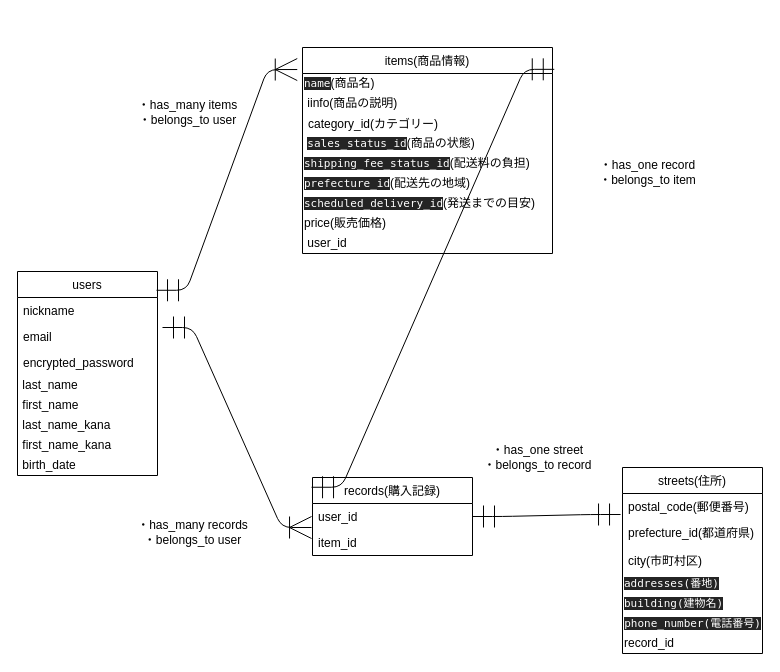
The draw.io diagram Draw.drawio in daikichi86/furima-28196, before the edit. Source tidied: cells renumbered, new cells numbered last; positions are measured from the earlier drawing's top-left corner, leaving out a move shared by most shapes. Both pictures are drawn from the tidied source at 100%, with x=0, y=0 at pixel (17, 47).
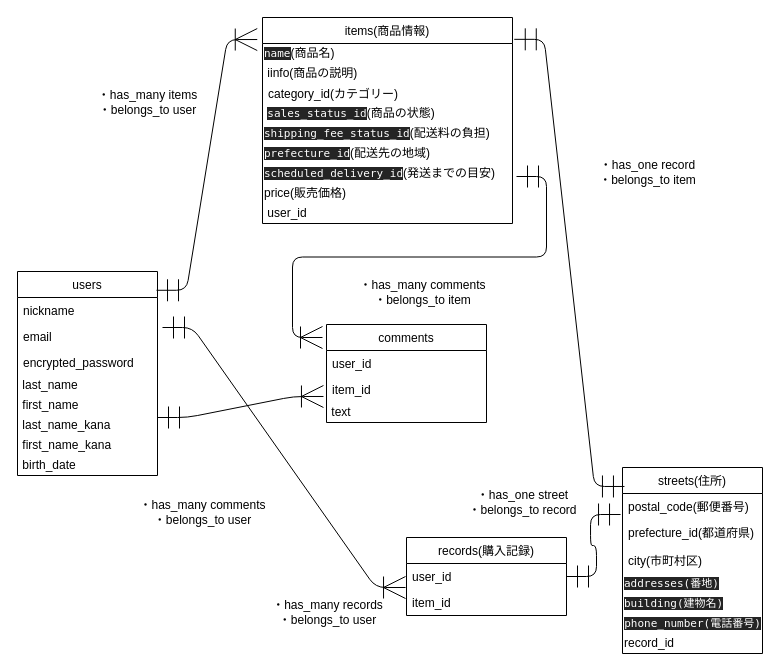
Above is the later version.

Unchanged cells that the change refers to:
```xml
<mxCell id="14" value="&lt;span style=&quot;color: rgb(255 , 255 , 255) ; font-family: &amp;#34;menlo&amp;#34; , monospace ; font-size: 11px ; background-color: rgb(36 , 36 , 36)&quot;&gt;scheduled_delivery_id&lt;/span&gt;(発送までの目安)" style="text;html=1;align=left;verticalAlign=middle;points=[];" parent="7" vertex="1">
  <mxGeometry y="146" width="250" height="20" as="geometry" />
</mxCell>
<mxCell id="32" value="streets(住所)" style="swimlane;fontStyle=0;horizontal=1;startSize=26;fillColor=none;" parent="1" vertex="1">
  <mxGeometry x="605" y="420" width="140" height="186" as="geometry" />
</mxCell>
```

Change to the diagram source:
```diff
@@
-    <mxCell id="3" style="edgeStyle=entityRelationEdgeStyle;fontSize=12;html=1;endArrow=ERmandOne;startArrow=ERmandOne;exitX=1.007;exitY=0.106;exitDx=0;exitDy=0;exitPerimeter=0;entryX=-0.006;entryY=0.125;entryDx=0;entryDy=0;entryPerimeter=0;endSize=20;startSize=20;" parent="1" edge="1" source="7" target="28">
+    <mxCell id="3" style="edgeStyle=entityRelationEdgeStyle;fontSize=12;html=1;endArrow=ERmandOne;startArrow=ERmandOne;exitX=1.007;exitY=0.106;exitDx=0;exitDy=0;exitPerimeter=0;endSize=20;startSize=20;entryX=0.014;entryY=0.102;entryDx=0;entryDy=0;entryPerimeter=0;" parent="1" edge="1" source="7" target="32">
       <mxGeometry relative="1" as="geometry" />
     </mxCell>
     <mxCell id="4" value="・has_many items&lt;br&gt;・belongs_to user" style="text;html=1;align=center;verticalAlign=middle;" parent="1" vertex="1">
-      <mxGeometry x="115" y="50" width="110" height="30" as="geometry" />
+      <mxGeometry x="75" y="40" width="110" height="30" as="geometry" />
     </mxCell>
@@
     <mxCell id="6" value="・has_one street&lt;br&gt;・belongs_to record" style="text;html=1;align=center;verticalAlign=middle;" parent="1" vertex="1">
-      <mxGeometry x="460" y="395" width="120" height="30" as="geometry" />
+      <mxGeometry x="445" y="440" width="120" height="30" as="geometry" />
     </mxCell>
     <mxCell id="7" value="items(商品情報)" style="swimlane;fontStyle=0;horizontal=1;startSize=26;fillColor=none;" parent="1" vertex="1">
-      <mxGeometry x="285" width="250" height="206" as="geometry" />
+      <mxGeometry x="245" y="-30" width="250" height="206" as="geometry" />
     </mxCell>
@@
     <mxCell id="27" value="・has_many records&lt;br&gt;・belongs_to user" style="text;html=1;align=center;verticalAlign=middle;" parent="1" vertex="1">
-      <mxGeometry x="110" y="470" width="130" height="30" as="geometry" />
+      <mxGeometry x="245" y="550" width="130" height="30" as="geometry" />
     </mxCell>
     <mxCell id="28" value="records(購入記録)" style="swimlane;fontStyle=0;horizontal=1;startSize=26;fillColor=none;" parent="1" vertex="1">
-      <mxGeometry x="295" y="430" width="160" height="78" as="geometry" />
+      <mxGeometry x="389" y="490" width="160" height="78" as="geometry" />
     </mxCell>
@@
+    <mxCell id="40" value="comments" style="swimlane;fontStyle=0;horizontal=1;startSize=26;fillColor=none;" parent="1" vertex="1">
+      <mxGeometry x="309" y="277" width="160" height="98" as="geometry" />
+    </mxCell>
+    <mxCell id="41" value="user_id" style="text;strokeColor=none;fillColor=none;align=left;verticalAlign=top;spacingLeft=4;spacingRight=4;overflow=hidden;" parent="40" vertex="1">
+      <mxGeometry y="26" width="160" height="26" as="geometry" />
+    </mxCell>
+    <mxCell id="42" value="item_id" style="text;strokeColor=none;fillColor=none;align=left;verticalAlign=top;spacingLeft=4;spacingRight=4;overflow=hidden;points=[[0,0.5],[1,0.5]];portConstraint=eastwest;" parent="40" vertex="1">
+      <mxGeometry y="52" width="160" height="26" as="geometry" />
+    </mxCell>
+    <mxCell id="43" value="&amp;nbsp;text" style="text;html=1;align=left;verticalAlign=middle;" parent="40" vertex="1">
+      <mxGeometry y="78" width="160" height="20" as="geometry" />
+    </mxCell>
+    <mxCell id="44" style="edgeStyle=entityRelationEdgeStyle;fontSize=12;html=1;endArrow=ERoneToMany;startArrow=ERmandOne;endSize=20;targetPerimeterSpacing=0;startSize=20;entryX=-0.019;entryY=0.769;entryDx=0;entryDy=0;entryPerimeter=0;" parent="1" edge="1" target="42">
+      <mxGeometry relative="1" as="geometry">
+        <mxPoint x="140" y="370" as="sourcePoint" />
+      </mxGeometry>
+    </mxCell>
+    <mxCell id="45" style="edgeStyle=entityRelationEdgeStyle;fontSize=12;html=1;endArrow=ERoneToMany;startArrow=ERmandOne;endSize=20;targetPerimeterSpacing=0;startSize=20;exitX=1.016;exitY=0.65;exitDx=0;exitDy=0;exitPerimeter=0;" parent="1" edge="1" source="14">
+      <mxGeometry relative="1" as="geometry">
+        <mxPoint x="305" y="290" as="targetPoint" />
+      </mxGeometry>
+    </mxCell>
+    <mxCell id="46" value="・has_many comments&lt;br&gt;・belongs_to user" style="text;html=1;align=center;verticalAlign=middle;" parent="1" vertex="1">
+      <mxGeometry x="115" y="450" width="140" height="30" as="geometry" />
+    </mxCell>
+    <mxCell id="47" value="・has_many comments&lt;br&gt;・belongs_to item" style="text;html=1;align=center;verticalAlign=middle;" parent="1" vertex="1">
+      <mxGeometry x="335" y="230" width="140" height="30" as="geometry" />
+    </mxCell>
```
